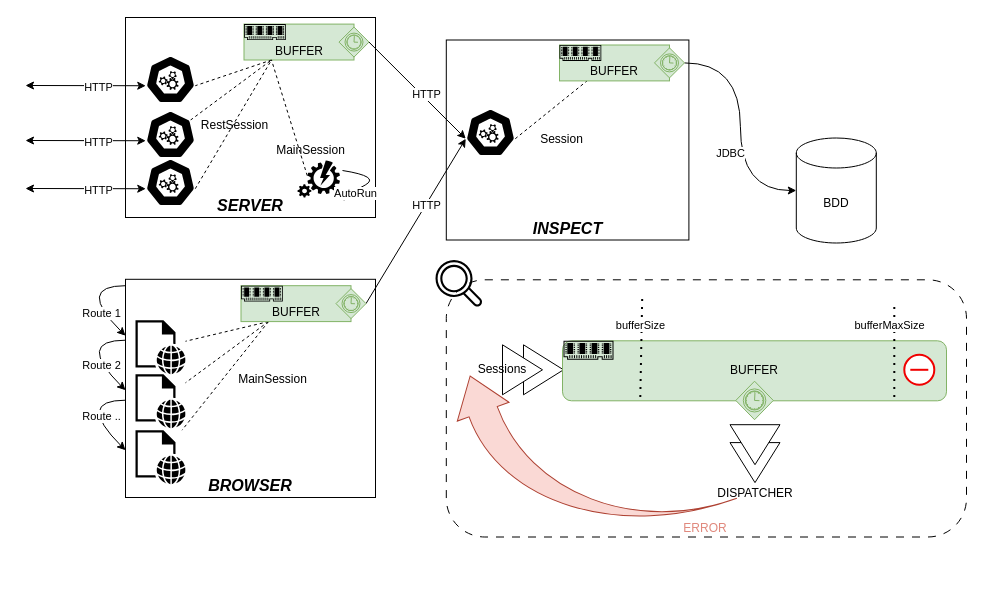
Above: page "buffer" (2 of 3) of doc/diagram/Diagramme sans nom.drawio in oneteme/inspect-core (draw.io), before the change. Source tidied: cells renumbered, new cells numbered last; positions are measured from the earlier drawing's top-left corner, leaving out a move shared by most shapes. Both pictures are drawn from the tidied source at 100%, with x=0, y=0 at pixel (25, 17).
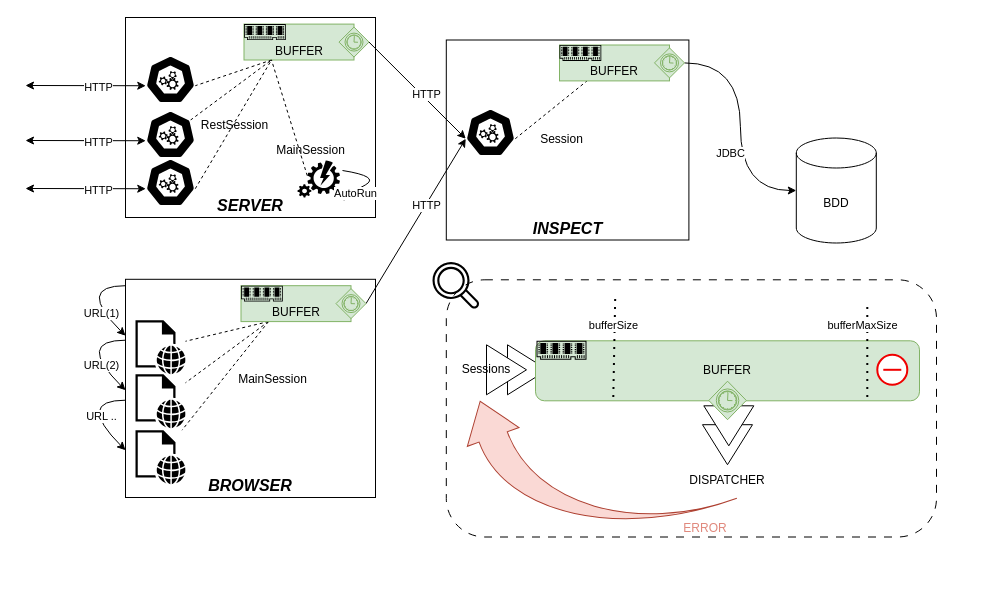
The same page after the edit.

The change refers to these unchanged cells:
```xml
<mxCell id="30" style="curved=1;endArrow=none;html=1;rounded=0;endFill=0;startArrow=classic;startFill=1;" parent="1" edge="1">
  <mxGeometry relative="1" as="geometry">
    <mxPoint x="100" y="372.7" as="sourcePoint" />
    <mxPoint x="100" y="322.7" as="targetPoint" />
    <Array as="points">
      <mxPoint x="100" y="372.7" />
      <mxPoint x="50" y="322.7" />
    </Array>
  </mxGeometry>
</mxCell>
<mxCell id="32" style="curved=1;endArrow=none;html=1;rounded=0;endFill=0;startArrow=classic;startFill=1;" parent="1" edge="1">
  <mxGeometry relative="1" as="geometry">
    <mxPoint x="100" y="432.7" as="sourcePoint" />
    <mxPoint x="100" y="382.7" as="targetPoint" />
    <Array as="points">
      <mxPoint x="100" y="432.7" />
      <mxPoint x="50" y="382.7" />
    </Array>
  </mxGeometry>
</mxCell>
<mxCell id="42" style="curved=1;endArrow=none;html=1;rounded=0;endFill=0;startArrow=classic;startFill=1;" parent="1" edge="1">
  <mxGeometry relative="1" as="geometry">
    <mxPoint x="100" y="318.2" as="sourcePoint" />
    <mxPoint x="100" y="268.2" as="targetPoint" />
    <Array as="points">
      <mxPoint x="100" y="318.2" />
      <mxPoint x="50" y="268.2" />
    </Array>
  </mxGeometry>
</mxCell>
```

Change to the diagram source:
```diff
@@
-    <mxCell id="31" value="Route 2" style="edgeLabel;html=1;align=center;verticalAlign=middle;" parent="30" vertex="1">
+    <mxCell id="31" value="URL(2)" style="edgeLabel;html=1;align=center;verticalAlign=middle;" parent="30" vertex="1">
       <mxGeometry x="-0.42" y="-1" relative="1" as="geometry" />
     </mxCell>
@@
-    <mxCell id="33" value="Route .." style="edgeLabel;html=1;align=center;verticalAlign=middle;" parent="32" vertex="1">
+    <mxCell id="33" value="URL .." style="edgeLabel;html=1;align=center;verticalAlign=middle;" parent="32" vertex="1">
       <mxGeometry x="-0.32" y="-7" relative="1" as="geometry" />
     </mxCell>
@@
-    <mxCell id="43" value="Route 1" style="edgeLabel;html=1;align=center;verticalAlign=middle;" parent="42" vertex="1">
+    <mxCell id="43" value="URL(1)" style="edgeLabel;html=1;align=center;verticalAlign=middle;" parent="42" vertex="1">
       <mxGeometry x="-0.45" y="1" relative="1" as="geometry" />
     </mxCell>
@@
     <mxCell id="49" style="rounded=1;whiteSpace=wrap;html=1;dashed=1;dashPattern=8 8;" parent="1" vertex="1">
-      <mxGeometry x="420.8" y="262.3" width="520.2" height="257.2" as="geometry" />
+      <mxGeometry x="420.8" y="262.3" width="490.2" height="257.2" as="geometry" />
     </mxCell>
     <mxCell id="50" style="triangle;whiteSpace=wrap;html=1;fillColor=#ffffff;strokeColor=#000000;fontColor=#333333;" parent="1" vertex="1">
-      <mxGeometry x="498" y="327.3" width="40" height="50" as="geometry" />
+      <mxGeometry x="482" y="327.3" width="40" height="50" as="geometry" />
     </mxCell>
     <mxCell id="51" style="triangle;whiteSpace=wrap;html=1;fillColor=#ffffff;strokeColor=#000000;fontColor=#333333;" parent="1" vertex="1">
-      <mxGeometry x="477" y="327.3" width="40" height="50" as="geometry" />
+      <mxGeometry x="461" y="327.3" width="40" height="50" as="geometry" />
     </mxCell>
     <mxCell id="52" value="BUFFER" style="rounded=1;whiteSpace=wrap;html=1;fillColor=#d5e8d4;strokeColor=#82b366;" parent="1" vertex="1">
-      <mxGeometry x="537" y="323.3" width="384" height="60" as="geometry" />
+      <mxGeometry x="510" y="323.3" width="384" height="60" as="geometry" />
     </mxCell>
     <mxCell id="53" style="sketch=0;shadow=0;dashed=0;html=1;strokeColor=none;fillColor=#000000;labelPosition=center;verticalLabelPosition=bottom;verticalAlign=top;align=center;shape=mxgraph.vvd.memory;" parent="1" vertex="1">
-      <mxGeometry x="538" y="323.3" width="50" height="19" as="geometry" />
+      <mxGeometry x="511" y="323.3" width="50" height="19" as="geometry" />
     </mxCell>
     <mxCell id="54" style="endArrow=none;dashed=1;html=1;dashPattern=1 3;strokeWidth=2;rounded=0;strokeColor=#000000;" parent="1" edge="1">
       <mxGeometry relative="1" as="geometry">
-        <mxPoint x="614.8" y="379.5" as="sourcePoint" />
-        <mxPoint x="616.8" y="275.5" as="targetPoint" />
+        <mxPoint x="587.8" y="379.5" as="sourcePoint" />
+        <mxPoint x="589.8" y="275.5" as="targetPoint" />
       </mxGeometry>
     </mxCell>
@@
     <mxCell id="56" style="endArrow=none;dashed=1;html=1;dashPattern=1 3;strokeWidth=2;rounded=0;strokeColor=default;" parent="1" edge="1">
       <mxGeometry relative="1" as="geometry">
-        <mxPoint x="868.8" y="379.5" as="sourcePoint" />
-        <mxPoint x="868.8" y="285.5" as="targetPoint" />
+        <mxPoint x="841.8" y="379.5" as="sourcePoint" />
+        <mxPoint x="841.8" y="285.5" as="targetPoint" />
       </mxGeometry>
     </mxCell>
@@
     <mxCell id="58" style="html=1;verticalLabelPosition=bottom;align=center;labelBackgroundColor=#ffffff;verticalAlign=top;strokeWidth=2;strokeColor=#f00000;shadow=0;dashed=0;shape=mxgraph.ios7.icons.delete;" parent="1" vertex="1">
-      <mxGeometry x="878.8" y="337.3" width="30" height="30" as="geometry" />
+      <mxGeometry x="851.8" y="337.3" width="30" height="30" as="geometry" />
     </mxCell>
     <mxCell id="59" value="Sessions" style="text;html=1;align=center;verticalAlign=middle;whiteSpace=wrap;rounded=0;" parent="1" vertex="1">
-      <mxGeometry x="447" y="337.3" width="60" height="30" as="geometry" />
+      <mxGeometry x="431" y="337.3" width="60" height="30" as="geometry" />
     </mxCell>
-    <mxCell id="60" style="shape=mxgraph.bpmn.gateway2;html=1;verticalLabelPosition=bottom;labelBackgroundColor=#ffffff;verticalAlign=top;align=center;perimeter=rhombusPerimeter;outline=catching;symbol=timer;fillColor=#d5e8d4;strokeColor=#82b366;" parent="1" vertex="1">
-      <mxGeometry x="710.3" y="363.7" width="37.5" height="38.5" as="geometry" />
-    </mxCell>
     <mxCell id="61" value="DISPATCHER" style="text;html=1;align=center;verticalAlign=middle;whiteSpace=wrap;rounded=0;" parent="1" vertex="1">
-      <mxGeometry x="684.5" y="464.7" width="90" height="21.9" as="geometry" />
+      <mxGeometry x="657" y="452.2" width="90" height="21.9" as="geometry" />
     </mxCell>
     <mxCell id="62" style="sketch=0;fontColor=#232F3E;gradientColor=none;fillColor=#000000;strokeColor=none;dashed=0;verticalLabelPosition=bottom;verticalAlign=top;align=center;html=1;fontSize=12;fontStyle=0;shape=mxgraph.aws4.magnifying_glass_2;" parent="1" vertex="1">
-      <mxGeometry x="410" y="242.3" width="47" height="47" as="geometry" />
+      <mxGeometry x="407" y="244.3" width="47" height="47" as="geometry" />
     </mxCell>
     <mxCell id="63" style="html=1;shadow=0;dashed=0;align=center;verticalAlign=middle;shape=mxgraph.arrows2.jumpInArrow;dy=15;dx=38;arrowHead=55;rotation=-110;fillColor=#fad9d5;strokeColor=#ae4132;" parent="1" vertex="1">
-      <mxGeometry x="462" y="306.2" width="206.2" height="236.3" as="geometry" />
+      <mxGeometry x="480.6" y="319.2" width="179" height="235.5" as="geometry" />
     </mxCell>
@@
     <mxCell id="70" style="triangle;whiteSpace=wrap;html=1;fillColor=#ffffff;strokeColor=#000000;fontColor=#333333;rotation=90;" parent="1" vertex="1">
-      <mxGeometry x="709.5" y="420.1" width="40" height="50" as="geometry" />
+      <mxGeometry x="682" y="402.2" width="40" height="50" as="geometry" />
     </mxCell>
     <mxCell id="71" style="triangle;whiteSpace=wrap;html=1;fillColor=#ffffff;strokeColor=#000000;fontColor=#333333;rotation=90;" parent="1" vertex="1">
-      <mxGeometry x="709.5" y="402.2" width="40" height="50" as="geometry" />
+      <mxGeometry x="683.3" y="383.3" width="40" height="50" as="geometry" />
     </mxCell>
@@
+    <mxCell id="60" style="shape=mxgraph.bpmn.gateway2;html=1;verticalLabelPosition=bottom;labelBackgroundColor=#ffffff;verticalAlign=top;align=center;perimeter=rhombusPerimeter;outline=catching;symbol=timer;fillColor=#d5e8d4;strokeColor=#82b366;" parent="1" vertex="1">
+      <mxGeometry x="683.3" y="363.7" width="37.5" height="38.5" as="geometry" />
+    </mxCell>
```
